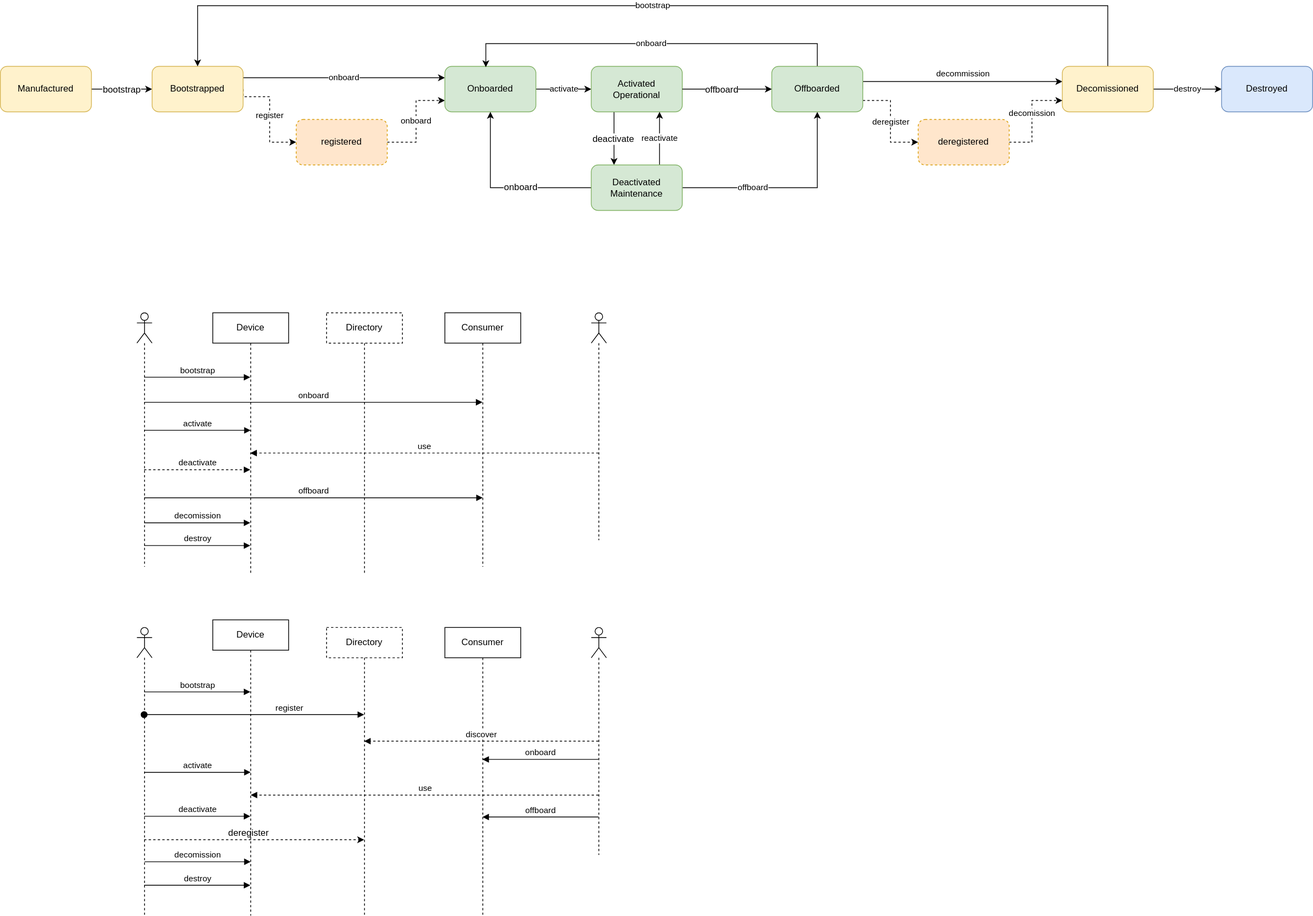
Earlier version of the draw.io export proposals/unified device lifecycle.svg (w3c/wot-architecture). Source tidied: cells renumbered, new cells last; positions are measured from the earlier drawing's top-left corner, leaving out a move shared by most shapes.
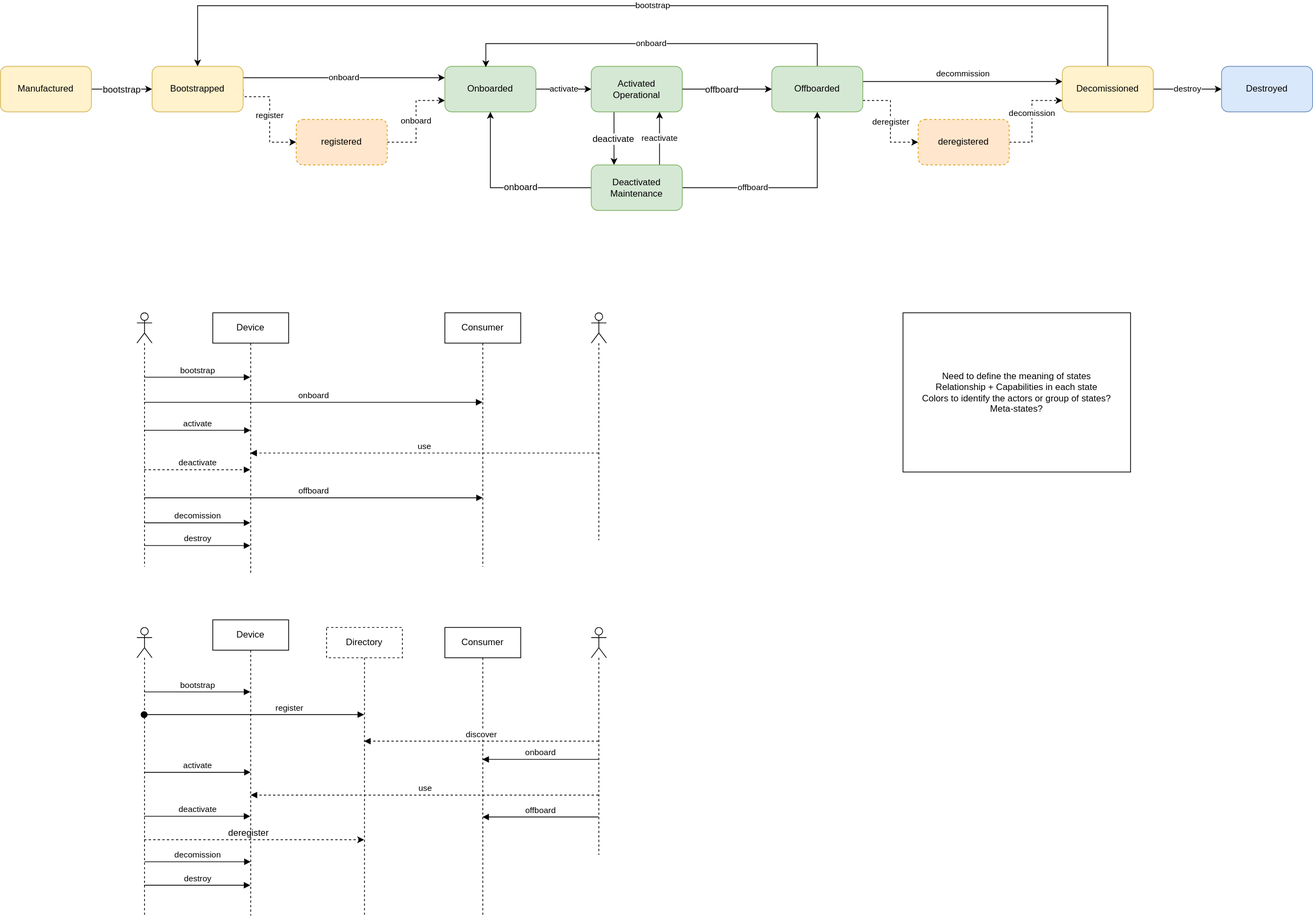
Later version of the same file.

Change to the diagram source:
```diff
@@ -110,9 +110,6 @@
     <mxCell id="28" value="Device" style="shape=umlLifeline;perimeter=lifelinePerimeter;whiteSpace=wrap;html=1;outlineConnect=0;" parent="1" vertex="1">
       <mxGeometry x="280" y="405" width="100" height="345" as="geometry" />
     </mxCell>
-    <mxCell id="29" value="Directory" style="shape=umlLifeline;perimeter=lifelinePerimeter;whiteSpace=wrap;html=1;dashed=1;" parent="1" vertex="1">
-      <mxGeometry x="430" y="405" width="100" height="345" as="geometry" />
-    </mxCell>
     <mxCell id="30" value="Consumer" style="shape=umlLifeline;perimeter=lifelinePerimeter;whiteSpace=wrap;html=1;" parent="1" vertex="1">
       <mxGeometry x="586" y="405" width="100" height="335" as="geometry" />
     </mxCell>
@@ -313,5 +310,8 @@
         <mxPoint x="329.5" y="1160" as="targetPoint" />
       </mxGeometry>
     </mxCell>
+    <mxCell id="62" value="Need to define the meaning of states&lt;br&gt;Relationship + Capabilities in each state&lt;br&gt;Colors to identify the actors or group of states?&lt;br&gt;Meta-states?" style="rounded=0;whiteSpace=wrap;html=1;" parent="1" vertex="1">
+      <mxGeometry x="1190" y="405" width="300" height="210" as="geometry" />
+    </mxCell>
   </root>
 </mxGraphModel>
```
